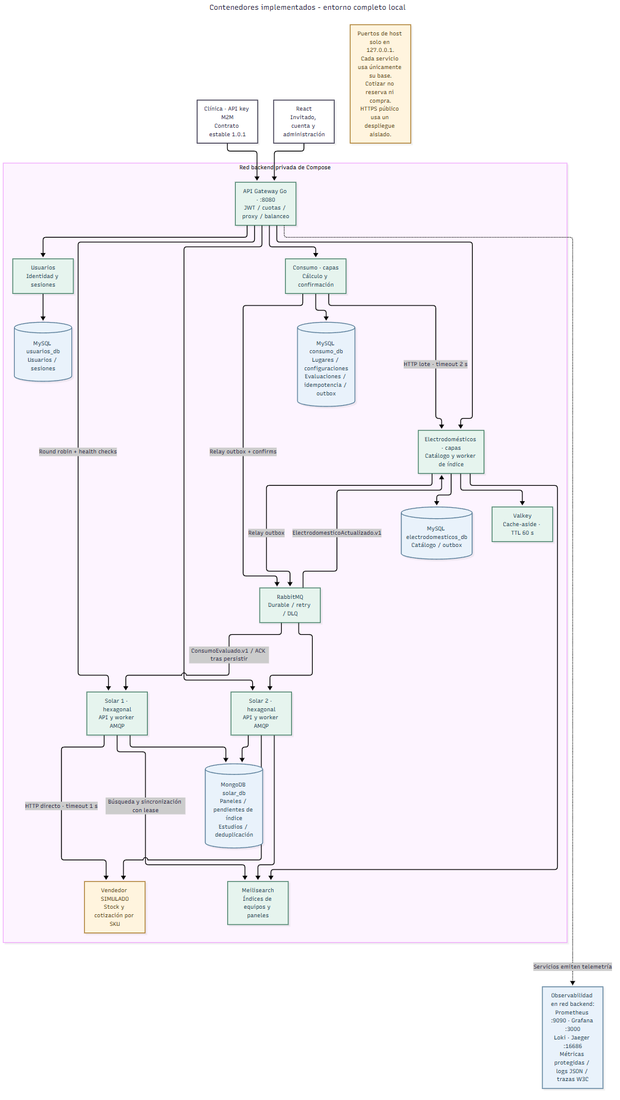
The Mermaid diagram docs/diagrams/contenedores-actuales.png in Franciscosrrr/ArquitecturasoftwareRenewableEnergyTiziFran, before a commit. Its source is kept beside it as docs/diagrams/contenedores-actuales.mmd.
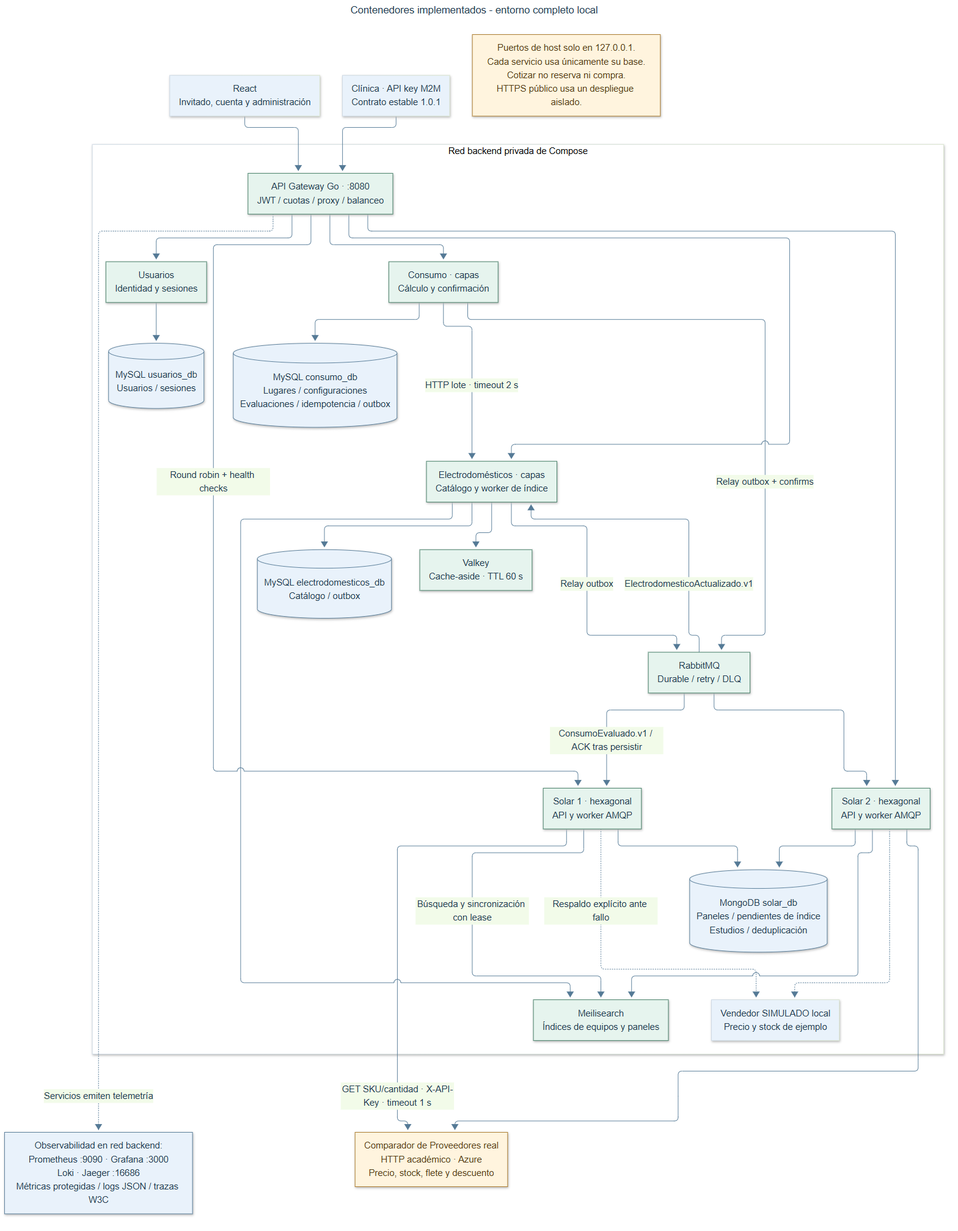
The same diagram one commit later.

Diff of the diagram source:
```diff
@@ -25,9 +25,11 @@
  E --> V["Valkey<br/>Cache-aside · TTL 60 s"]
  S1 --> MD[("MongoDB solar_db<br/>Paneles / pendientes de índice<br/>Estudios / deduplicación")]
  S2 --> MD
- S1 -->|"HTTP directo · timeout 1 s"| P["Vendedor SIMULADO<br/>Stock y cotización por SKU"]
+ S1 -. "Respaldo explícito ante fallo" .-> F["Vendedor SIMULADO local<br/>Precio y stock de ejemplo"]
+ S2 -.-> F
+ end
+ S1 -->|"GET SKU/cantidad · X-API-Key · timeout 1 s"| P["Comparador de Proveedores real<br/>HTTP académico · Azure<br/>Precio, stock, flete y descuento"]
  S2 --> P
- end
  OBS["Observabilidad en red backend:<br/>Prometheus :9090 · Grafana :3000<br/>Loki · Jaeger :16686<br/>Métricas protegidas / logs JSON / trazas W3C"]
  G -. "Servicios emiten telemetría" .-> OBS
  NOTE["Puertos de host solo en 127.0.0.1.<br/>Cada servicio usa únicamente su base.<br/>Cotizar no reserva ni compra.<br/>HTTPS público usa un despliegue aislado."]
```
